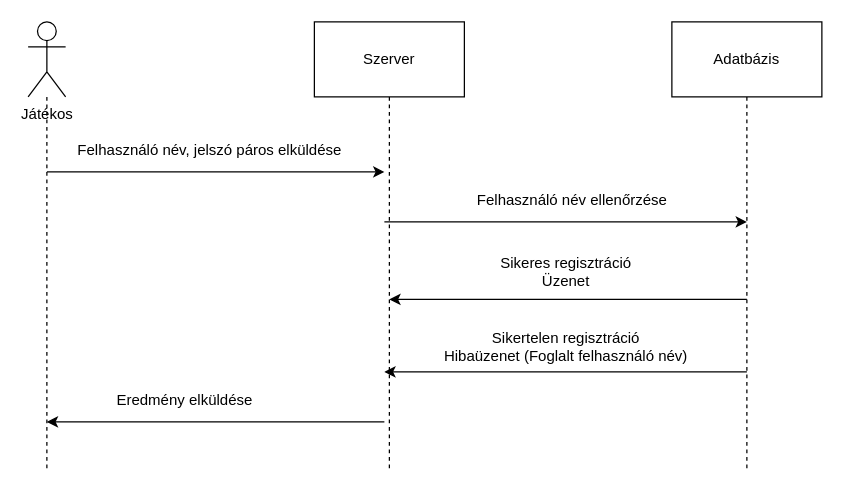
Above: page "Regisztráció" (5 of 9) of Szakdoga.drawio in laszlosimon98/strategy-game (draw.io), before the change. Source tidied: cells renumbered, new cells numbered last; positions are measured from the earlier drawing's top-left corner, leaving out a move shared by most shapes. Both pictures are drawn from the tidied source at 125%, with x=0, y=0 at pixel (28, 21).
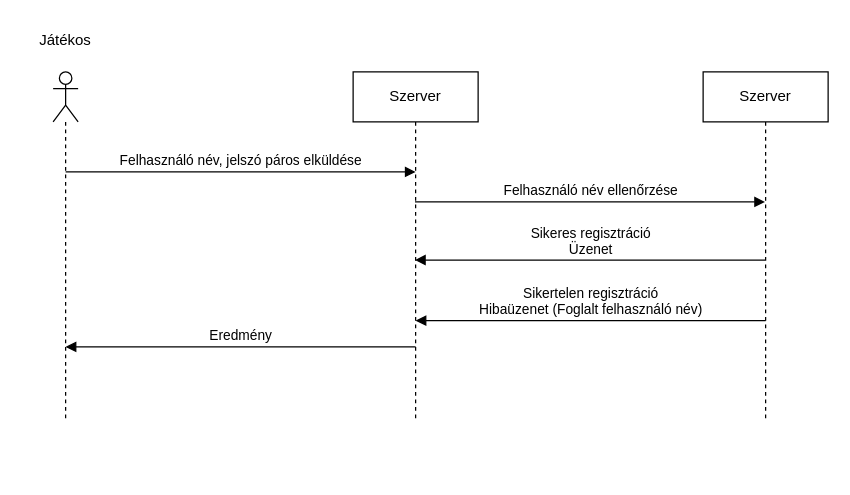
The same diagram, later.

What changed in the source:
```diff
@@
-    <mxCell id="2" style="edgeStyle=orthogonalEdgeStyle;rounded=0;jettySize=auto;html=1;dashed=1;endArrow=none;endFill=0;" parent="1" edge="1" source="3">
-      <mxGeometry relative="1" as="geometry">
-        <mxPoint x="289" y="360" as="targetPoint" />
-      </mxGeometry>
-    </mxCell>
-    <mxCell id="3" value="Szerver" style="rounded=0;whiteSpace=wrap;html=1;" parent="1" vertex="1">
-      <mxGeometry x="229" width="120" height="60" as="geometry" />
-    </mxCell>
-    <mxCell id="4" style="edgeStyle=orthogonalEdgeStyle;rounded=0;jettySize=auto;html=1;dashed=1;endArrow=none;endFill=0;" parent="1" edge="1" source="5">
-      <mxGeometry relative="1" as="geometry">
-        <mxPoint x="575" y="360" as="targetPoint" />
-      </mxGeometry>
-    </mxCell>
-    <mxCell id="5" value="Adatbázis" style="rounded=0;whiteSpace=wrap;html=1;" parent="1" vertex="1">
-      <mxGeometry x="515" width="120" height="60" as="geometry" />
-    </mxCell>
-    <mxCell id="6" style="edgeStyle=orthogonalEdgeStyle;rounded=0;orthogonalLoop=1;jettySize=auto;html=1;dashed=1;endArrow=none;endFill=0;" parent="1" edge="1">
-      <mxGeometry relative="1" as="geometry">
-        <mxPoint x="15" y="60" as="sourcePoint" />
-        <mxPoint x="15" y="360" as="targetPoint" />
-      </mxGeometry>
-    </mxCell>
+    <mxCell id="9" value="Felhasználó név, jelszó páros elküldése" style="html=1;verticalAlign=bottom;endArrow=block;curved=0;rounded=0;" parent="1" edge="1">
+      <mxGeometry relative="1" as="geometry">
+        <mxPoint x="30" y="120" as="sourcePoint" />
+        <mxPoint x="310" y="120" as="targetPoint" />
+      </mxGeometry>
+    </mxCell>
+    <mxCell id="11" value="Felhasználó név ellenőrzése" style="html=1;verticalAlign=bottom;endArrow=block;curved=0;rounded=0;" parent="1" edge="1">
+      <mxGeometry relative="1" as="geometry">
+        <mxPoint x="309.5" y="144" as="sourcePoint" />
+        <mxPoint x="589.5" y="144" as="targetPoint" />
+      </mxGeometry>
+    </mxCell>
+    <mxCell id="13" value="Sikeres regisztráció&lt;div&gt;Üzenet&lt;/div&gt;" style="html=1;verticalAlign=bottom;endArrow=block;curved=0;rounded=0;" parent="1" edge="1">
+      <mxGeometry relative="1" as="geometry">
+        <mxPoint x="589.5" y="190.5" as="sourcePoint" />
+        <mxPoint x="309.5" y="190.5" as="targetPoint" />
+      </mxGeometry>
+    </mxCell>
+    <mxCell id="18" style="shape=umlLifeline;perimeter=lifelinePerimeter;whiteSpace=wrap;html=1;newEdgeStyle={&quot;curved&quot;:0,&quot;rounded&quot;:0};participant=umlActor;" parent="1" vertex="1">
+      <mxGeometry x="20" y="40" width="20" height="280" as="geometry" />
+    </mxCell>
+    <mxCell id="19" value="Szerver" style="shape=umlLifeline;perimeter=lifelinePerimeter;whiteSpace=wrap;html=1;newEdgeStyle={&quot;curved&quot;:0,&quot;rounded&quot;:0};" parent="1" vertex="1">
+      <mxGeometry x="260" y="40" width="100" height="280" as="geometry" />
+    </mxCell>
+    <mxCell id="20" value="Szerver" style="shape=umlLifeline;perimeter=lifelinePerimeter;whiteSpace=wrap;html=1;newEdgeStyle={&quot;curved&quot;:0,&quot;rounded&quot;:0};" parent="1" vertex="1">
+      <mxGeometry x="540" y="40" width="100" height="280" as="geometry" />
+    </mxCell>
+    <mxCell id="15" value="Sikertelen regisztráció&lt;div&gt;Hibaüzenet (Foglalt felhasználó név)&lt;/div&gt;" style="html=1;verticalAlign=bottom;endArrow=block;curved=0;rounded=0;" parent="1" edge="1">
+      <mxGeometry relative="1" as="geometry">
+        <mxPoint x="590" y="239" as="sourcePoint" />
+        <mxPoint x="310" y="239" as="targetPoint" />
+      </mxGeometry>
+    </mxCell>
+    <mxCell id="21" value="Eredmény" style="html=1;verticalAlign=bottom;endArrow=block;curved=0;rounded=0;" parent="1" edge="1">
+      <mxGeometry relative="1" as="geometry">
+        <mxPoint x="310" y="260" as="sourcePoint" />
+        <mxPoint x="30" y="260" as="targetPoint" />
+      </mxGeometry>
+    </mxCell>
-    <mxCell id="7" value="Játékos" style="shape=umlActor;verticalLabelPosition=bottom;verticalAlign=top;html=1;" parent="1" vertex="1">
-      <mxGeometry width="30" height="60" as="geometry" />
+    <mxCell id="7" value="Játékos" style="text;html=1;align=center;verticalAlign=middle;whiteSpace=wrap;rounded=0;" parent="1" vertex="1">
+      <mxGeometry width="60" height="30" as="geometry" />
     </mxCell>
-    <mxCell id="8" style="endArrow=classic;html=1;rounded=0;" parent="1" edge="1">
-      <mxGeometry relative="1" as="geometry">
-        <mxPoint x="15" y="120" as="sourcePoint" />
-        <mxPoint x="285" y="120" as="targetPoint" />
-      </mxGeometry>
-    </mxCell>
-    <mxCell id="9" value="Felhasználó név, jelszó páros elküldése" style="text;html=1;align=center;verticalAlign=middle;strokeColor=none;fillColor=none;" parent="1" vertex="1">
-      <mxGeometry x="30" y="88" width="230" height="30" as="geometry" />
-    </mxCell>
-    <mxCell id="10" style="endArrow=classic;html=1;rounded=0;" parent="1" edge="1">
-      <mxGeometry relative="1" as="geometry">
-        <mxPoint x="285" y="160" as="sourcePoint" />
-        <mxPoint x="575" y="160" as="targetPoint" />
-      </mxGeometry>
-    </mxCell>
-    <mxCell id="11" value="Felhasználó név ellenőrzése" style="text;html=1;align=center;verticalAlign=middle;strokeColor=none;fillColor=none;" parent="1" vertex="1">
-      <mxGeometry x="345" y="128" width="180" height="30" as="geometry" />
-    </mxCell>
-    <mxCell id="12" style="endArrow=classic;html=1;rounded=0;" parent="1" edge="1">
-      <mxGeometry relative="1" as="geometry">
-        <mxPoint x="575" y="222" as="sourcePoint" />
-        <mxPoint x="289" y="222" as="targetPoint" />
-      </mxGeometry>
-    </mxCell>
-    <mxCell id="13" value="Sikeres regisztráció&lt;div&gt;Üzenet&lt;/div&gt;" style="text;html=1;align=center;verticalAlign=middle;strokeColor=none;fillColor=none;" parent="1" vertex="1">
-      <mxGeometry x="365" y="180" width="130" height="40" as="geometry" />
-    </mxCell>
-    <mxCell id="14" style="endArrow=classic;html=1;rounded=0;" parent="1" edge="1">
-      <mxGeometry relative="1" as="geometry">
-        <mxPoint x="575" y="280" as="sourcePoint" />
-        <mxPoint x="285" y="280" as="targetPoint" />
-      </mxGeometry>
-    </mxCell>
-    <mxCell id="15" value="Sikertelen regisztráció&lt;div&gt;Hibaüzenet (Foglalt felhasználó név)&lt;/div&gt;" style="text;html=1;align=center;verticalAlign=middle;strokeColor=none;fillColor=none;" parent="1" vertex="1">
-      <mxGeometry x="320" y="240" width="220" height="40" as="geometry" />
-    </mxCell>
-    <mxCell id="16" style="endArrow=classic;html=1;rounded=0;" parent="1" edge="1">
-      <mxGeometry relative="1" as="geometry">
-        <mxPoint x="285" y="320" as="sourcePoint" />
-        <mxPoint x="15" y="320" as="targetPoint" />
-      </mxGeometry>
-    </mxCell>
-    <mxCell id="17" value="Eredmény elküldése" style="text;html=1;align=center;verticalAlign=middle;strokeColor=none;fillColor=none;" parent="1" vertex="1">
-      <mxGeometry x="60" y="288" width="130" height="30" as="geometry" />
-    </mxCell>
```
